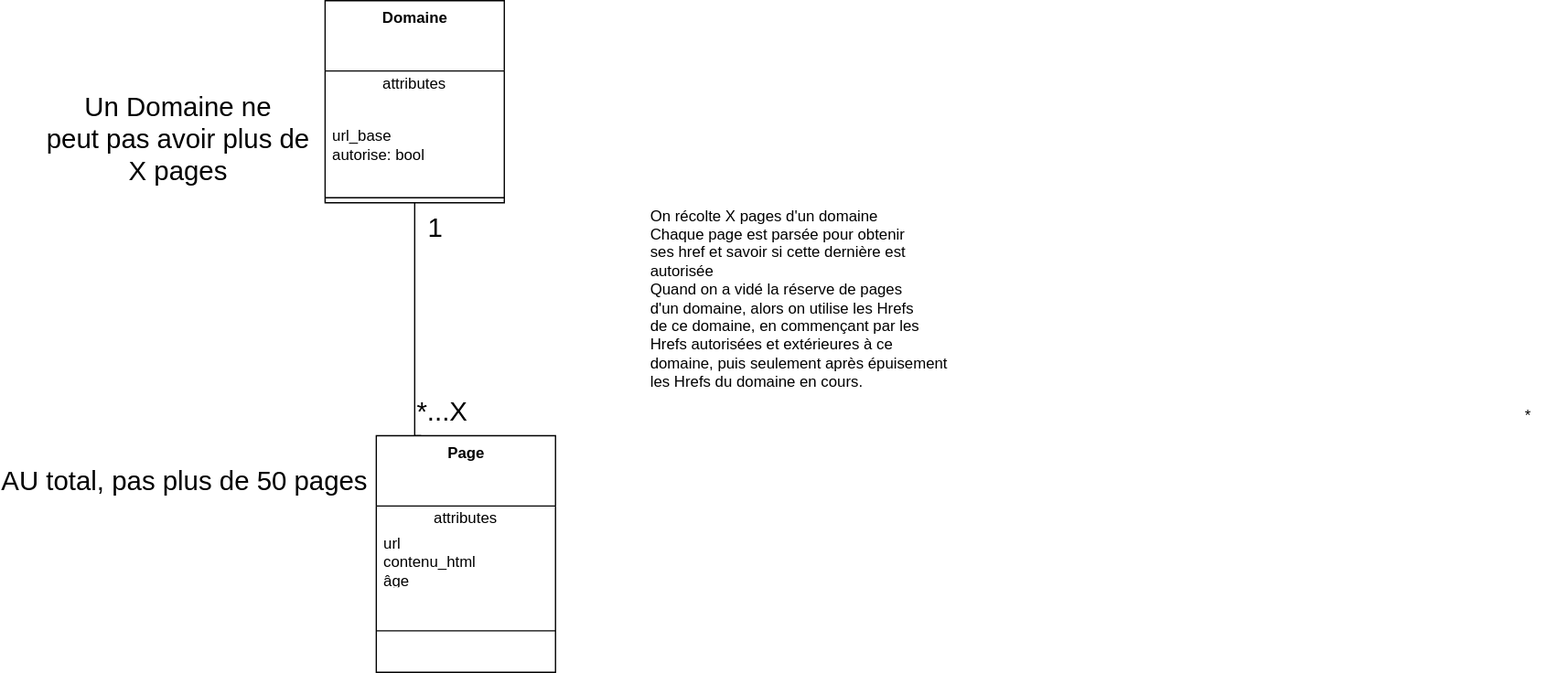
This is TP1/doc/diagramme_de_classes.drawio.svg from WolfPackStatMathieu/indexation_web, a draw.io export, as it was before one commit. Source tidied: cells renumbered, new cells last; positions are measured from the earlier drawing's top-left corner, leaving out a move shared by most shapes.
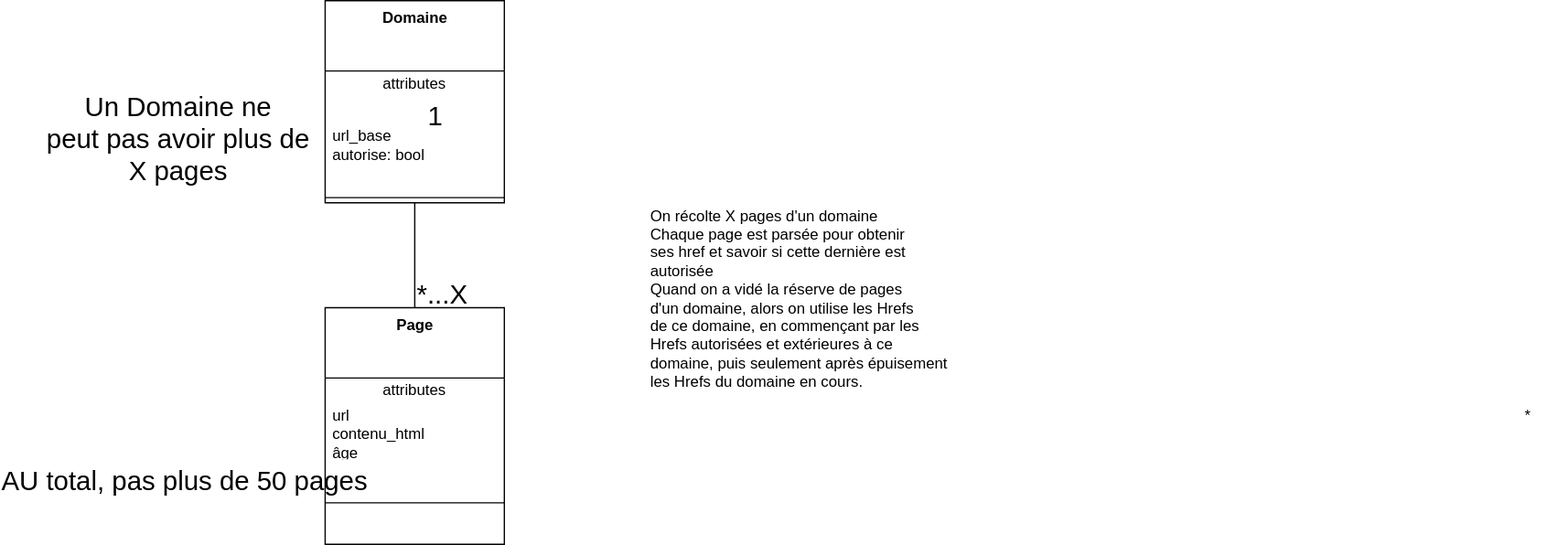
After the change.

What changed in the source:
```diff
@@ -2,12 +2,8 @@
   <root>
     <mxCell id="0" />
     <mxCell id="1" parent="0" />
-    <mxCell id="2" value="&lt;div style=&quot;font-size: 21px;&quot;&gt;*...X&lt;/div&gt;" style="edgeStyle=orthogonalEdgeStyle;html=1;exitX=0.25;exitY=0;exitDx=0;exitDy=0;entryX=0.5;entryY=1;entryDx=0;entryDy=0;rounded=0;verticalAlign=middle;align=left;labelPosition=right;verticalLabelPosition=middle;fontSize=21;horizontal=1;strokeColor=default;endArrow=none;endFill=0;" parent="1" edge="1" source="8" target="4">
-      <mxGeometry x="-0.74" relative="1" as="geometry">
-        <Array as="points">
-          <mxPoint x="300" y="340" />
-        </Array>
-      </mxGeometry>
+    <mxCell id="2" value="&lt;div style=&quot;font-size: 21px;&quot;&gt;*...X&lt;/div&gt;" style="html=1;exitX=0.5;exitY=0;exitDx=0;exitDy=0;entryX=0.5;entryY=1;entryDx=0;entryDy=0;rounded=0;verticalAlign=middle;align=left;labelPosition=right;verticalLabelPosition=middle;fontSize=21;horizontal=1;strokeColor=default;endArrow=none;endFill=0;" parent="1" edge="1" source="8" target="4">
+      <mxGeometry x="-0.74" relative="1" as="geometry" />
     </mxCell>
     <mxCell id="3" value="1" style="edgeLabel;html=1;align=center;verticalAlign=middle;fontSize=21;" parent="2" vertex="1">
       <mxGeometry x="-0.64" y="-1" relative="1" as="geometry">
@@ -27,7 +23,7 @@
       <mxGeometry y="150" width="140" height="8" as="geometry" />
     </mxCell>
     <mxCell id="8" value="&lt;b&gt;Page&lt;/b&gt;" style="swimlane;fontStyle=0;align=center;verticalAlign=top;horizontal=1;startSize=55;html=1;" parent="1" vertex="1">
-      <mxGeometry x="270" y="340" width="140" height="185" as="geometry" />
+      <mxGeometry x="230" y="240" width="140" height="185" as="geometry" />
     </mxCell>
     <mxCell id="9" value="attributes" style="text;html=1;strokeColor=none;fillColor=none;align=center;verticalAlign=middle;spacingLeft=4;spacingRight=4;overflow=hidden;" parent="8" vertex="1">
       <mxGeometry y="55" width="140" height="20" as="geometry" />
```
